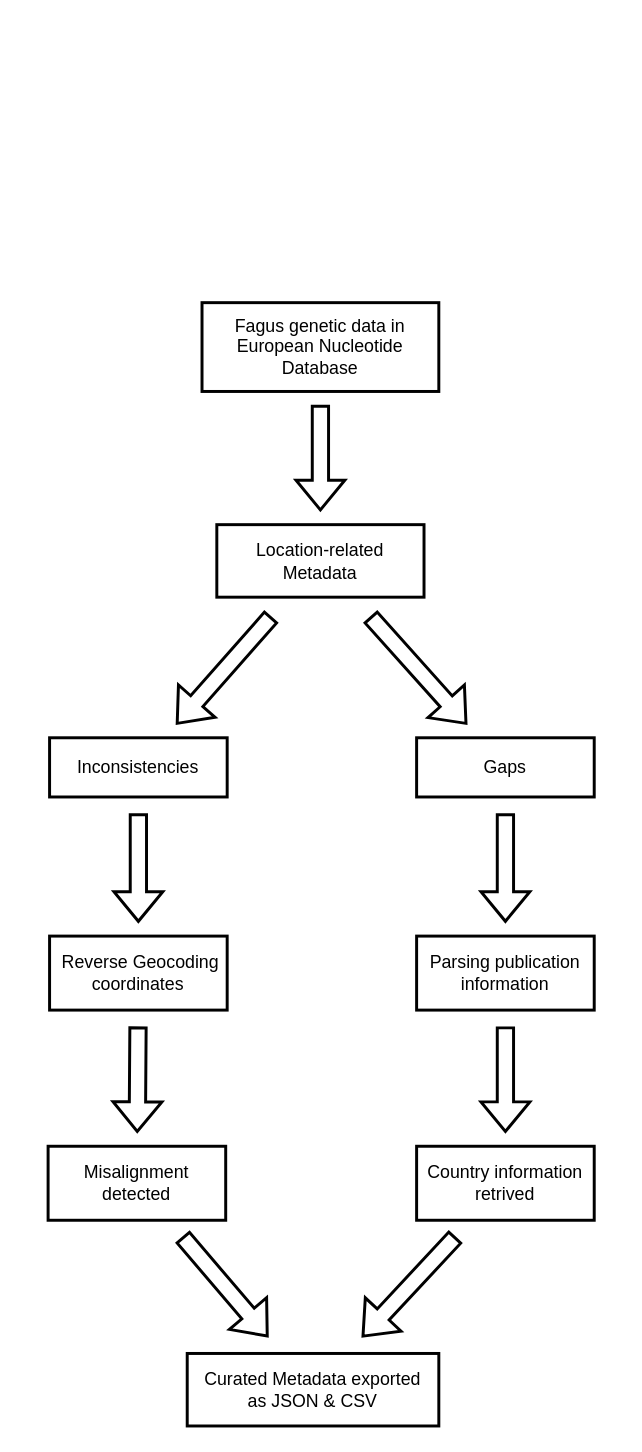
dimitris-vlch/fagus keeps this draw.io diagram as page "Page-2" (2 of 2) of abstract_based_flowchart.drawio. Above is the earlier version. Source tidied: cells renumbered, new cells numbered last; positions are measured from the earlier drawing's top-left corner, leaving out a move shared by most shapes. Both pictures are drawn from the tidied source at 148%, with x=0, y=0 at pixel (47, 302).
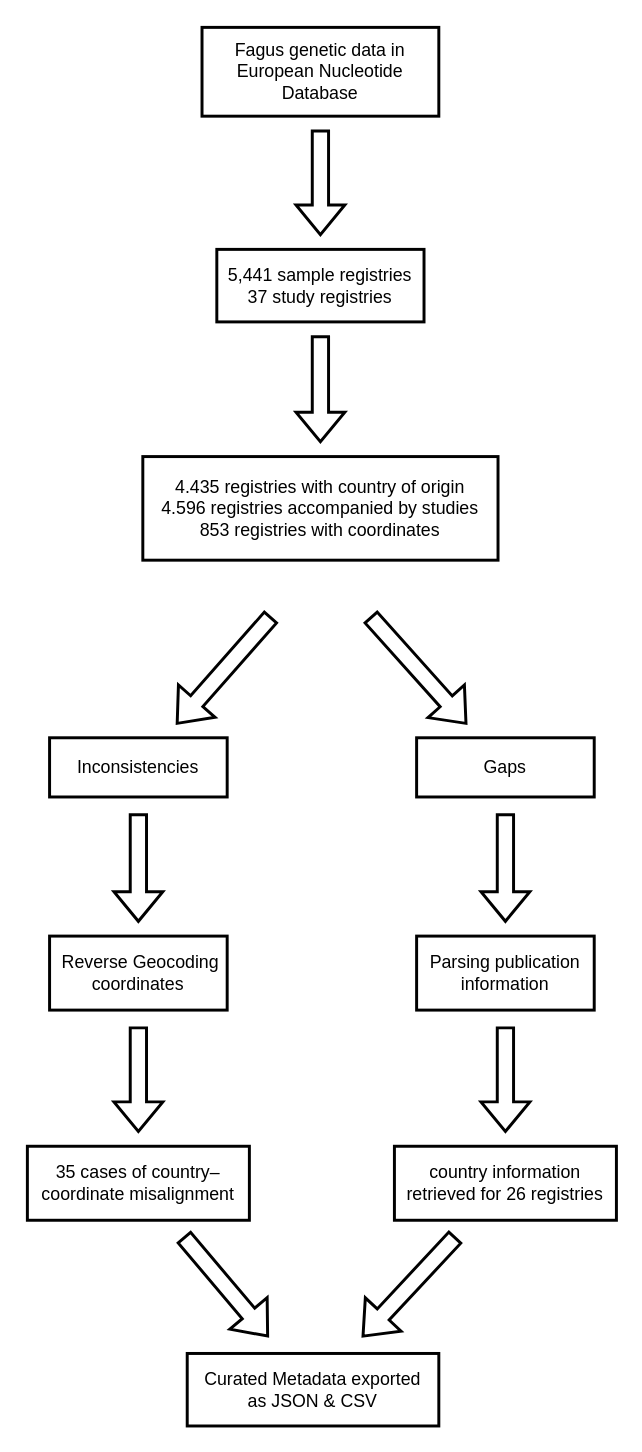
The same diagram, later.

Unchanged cells that the change refers to:
```xml
<mxCell id="3" value="Inconsistencies" style="rounded=0;whiteSpace=wrap;html=1;strokeWidth=2;" parent="1" vertex="1">
  <mxGeometry x="1" y="294" width="120" height="40" as="geometry" />
</mxCell>
<mxCell id="4" value="Gaps" style="rounded=0;whiteSpace=wrap;html=1;strokeWidth=2;" parent="1" vertex="1">
  <mxGeometry x="249" y="294" width="120" height="40" as="geometry" />
</mxCell>
<mxCell id="9" value="Parsing publication information" style="rounded=0;whiteSpace=wrap;html=1;strokeWidth=2;perimeterSpacing=0;" parent="1" vertex="1">
  <mxGeometry x="249" y="428" width="120" height="50" as="geometry" />
</mxCell>
<mxCell id="17" value="Curated Metadata exported as JSON &amp;amp; CSV" style="rounded=0;whiteSpace=wrap;html=1;strokeWidth=2;perimeterSpacing=2;verticalAlign=middle;horizontal=1;spacing=5;" parent="1" vertex="1">
  <mxGeometry x="94" y="710" width="170" height="49" as="geometry" />
</mxCell>
```

The edit, as a diff of the source:
```diff
@@
-    <mxCell id="2" value="Location-related Metadata" style="rounded=0;whiteSpace=wrap;html=1;strokeWidth=2;perimeterSpacing=2;verticalAlign=middle;horizontal=1;spacing=5;" parent="1" vertex="1">
-      <mxGeometry x="114" y="150" width="140" height="49" as="geometry" />
+    <mxCell id="2" value="5,441 sample registries&lt;div&gt;37 study registries&lt;/div&gt;" style="rounded=0;whiteSpace=wrap;html=1;strokeWidth=2;perimeterSpacing=2;verticalAlign=middle;horizontal=1;spacing=5;" parent="1" vertex="1">
+      <mxGeometry x="114" y="-36" width="140" height="49" as="geometry" />
     </mxCell>
@@
-    <mxCell id="5" style="shape=flexArrow;endArrow=classic;html=1;rounded=0;strokeWidth=2;targetPerimeterSpacing=9;sourcePerimeterSpacing=11;" parent="1" edge="1" source="2" target="3">
-      <mxGeometry relative="1" as="geometry" />
+    <mxCell id="5" style="shape=flexArrow;endArrow=classic;html=1;rounded=0;strokeWidth=2;targetPerimeterSpacing=9;sourcePerimeterSpacing=11;" parent="1" edge="1" target="3">
+      <mxGeometry relative="1" as="geometry">
+        <mxPoint x="150.9" y="212" as="sourcePoint" />
+      </mxGeometry>
     </mxCell>
-    <mxCell id="6" style="shape=flexArrow;endArrow=classic;html=1;rounded=0;strokeWidth=2;sourcePerimeterSpacing=11;targetPerimeterSpacing=9;" parent="1" edge="1" source="2" target="4">
-      <mxGeometry relative="1" as="geometry" />
+    <mxCell id="6" style="shape=flexArrow;endArrow=classic;html=1;rounded=0;strokeWidth=2;sourcePerimeterSpacing=11;targetPerimeterSpacing=9;" parent="1" edge="1" target="4">
+      <mxGeometry relative="1" as="geometry">
+        <mxPoint x="217.6" y="212" as="sourcePoint" />
+      </mxGeometry>
     </mxCell>
     <mxCell id="7" value="Fagus genetic data in European Nucleotide Database" style="rounded=0;whiteSpace=wrap;html=1;strokeWidth=2;perimeterSpacing=2;spacing=5;" parent="1" vertex="1">
-      <mxGeometry x="104" width="160" height="60" as="geometry" />
+      <mxGeometry x="104" y="-186" width="160" height="60" as="geometry" />
     </mxCell>
@@
-    <mxCell id="13" value="Country information retrived" style="rounded=0;whiteSpace=wrap;html=1;strokeWidth=2;perimeterSpacing=0;" parent="1" vertex="1">
-      <mxGeometry x="249" y="570" width="120" height="50" as="geometry" />
-    </mxCell>
-    <mxCell id="14" value="Misalignment detected" style="rounded=0;whiteSpace=wrap;html=1;strokeWidth=2;perimeterSpacing=0;" parent="1" vertex="1">
-      <mxGeometry y="570" width="120" height="50" as="geometry" />
+    <mxCell id="14" value="35 cases of country–coordinate misalignment" style="rounded=0;whiteSpace=wrap;html=1;strokeWidth=2;perimeterSpacing=0;spacing=5;" parent="1" vertex="1">
+      <mxGeometry x="-14" y="570" width="150" height="50" as="geometry" />
     </mxCell>
@@
-    <mxCell id="16" style="shape=flexArrow;endArrow=classic;html=1;rounded=0;strokeWidth=2;targetPerimeterSpacing=9;sourcePerimeterSpacing=11;" parent="1" edge="1" source="9" target="13">
-      <mxGeometry relative="1" as="geometry" />
+    <mxCell id="16" style="shape=flexArrow;endArrow=classic;html=1;rounded=0;strokeWidth=2;targetPerimeterSpacing=9;sourcePerimeterSpacing=11;" parent="1" edge="1" source="9">
+      <mxGeometry relative="1" as="geometry">
+        <mxPoint x="309" y="561" as="targetPoint" />
+      </mxGeometry>
     </mxCell>
@@
-    <mxCell id="19" style="shape=flexArrow;endArrow=classic;html=1;rounded=0;strokeWidth=2;targetPerimeterSpacing=9;sourcePerimeterSpacing=11;" parent="1" edge="1" source="13" target="17">
-      <mxGeometry relative="1" as="geometry" />
+    <mxCell id="19" style="shape=flexArrow;endArrow=classic;html=1;rounded=0;strokeWidth=2;targetPerimeterSpacing=9;sourcePerimeterSpacing=11;" parent="1" edge="1" target="17">
+      <mxGeometry relative="1" as="geometry">
+        <mxPoint x="275.5" y="631" as="sourcePoint" />
+      </mxGeometry>
     </mxCell>
+    <mxCell id="20" value="4.435 registries with country of origin&lt;div&gt;4.596 registries accompanied by studies&lt;/div&gt;&lt;div&gt;853 registries with coordinates&lt;/div&gt;" style="rounded=0;whiteSpace=wrap;html=1;strokeWidth=2;perimeterSpacing=2;verticalAlign=middle;horizontal=1;spacing=5;" parent="1" vertex="1">
+      <mxGeometry x="64" y="104" width="240" height="70" as="geometry" />
+    </mxCell>
+    <mxCell id="21" style="shape=flexArrow;endArrow=classic;html=1;rounded=0;strokeWidth=2;targetPerimeterSpacing=7;sourcePerimeterSpacing=7;" parent="1" edge="1" source="2" target="20">
+      <mxGeometry relative="1" as="geometry" />
+    </mxCell>
+    <mxCell id="22" value="country information retrieved for 26 registries" style="rounded=0;whiteSpace=wrap;html=1;strokeWidth=2;perimeterSpacing=0;spacing=5;" parent="1" vertex="1">
+      <mxGeometry x="234" y="570" width="150" height="50" as="geometry" />
+    </mxCell>
```
